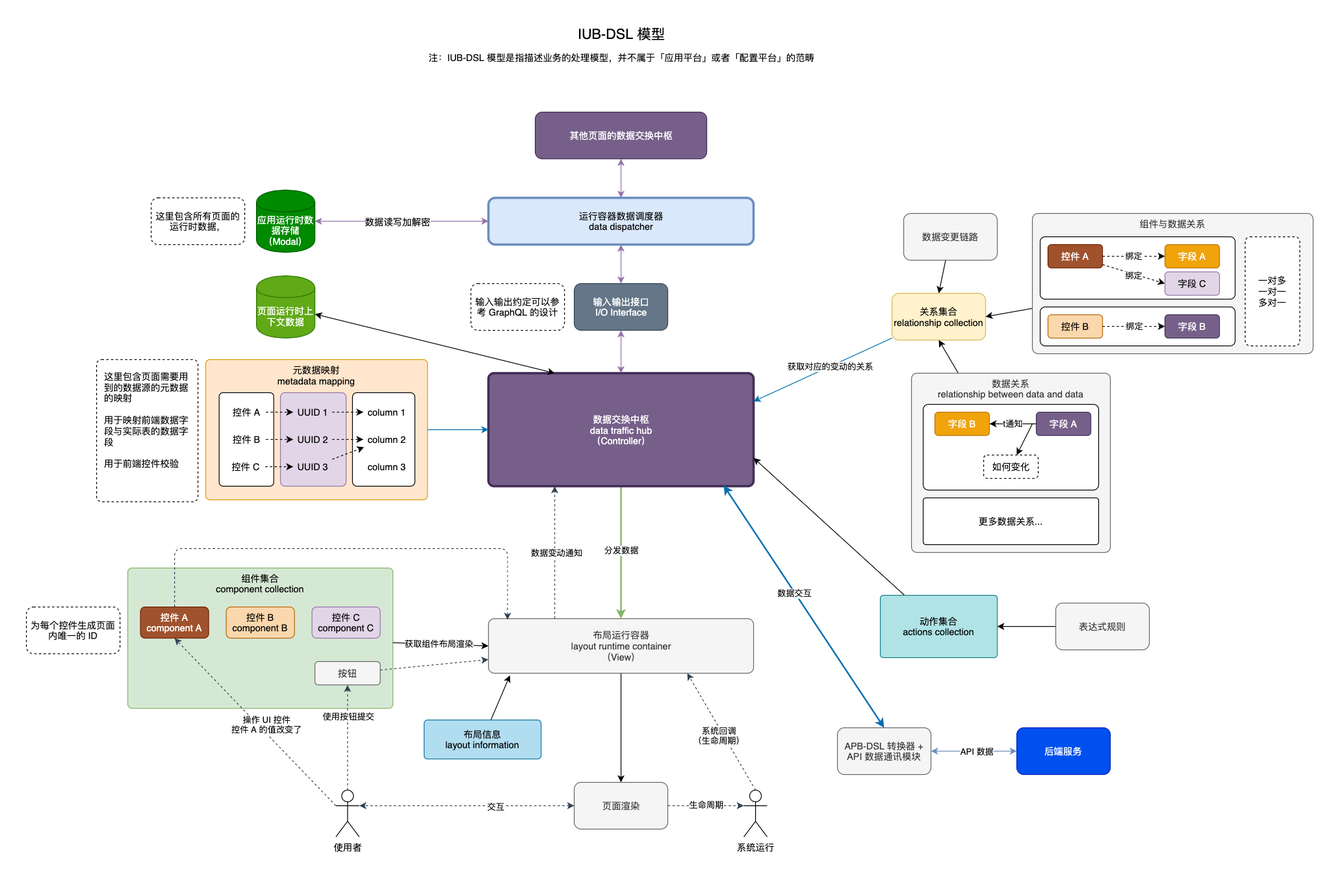
This is packages/iub-dsl/docs/images/B0前端系统设计 - IUB-DSL模型-Main.png from SANGET/custom-platform-tool, a draw.io export, as it was before one commit. Source tidied: cells renumbered, new cells last; positions are measured from the earlier drawing's top-left corner, leaving out a move shared by most shapes.
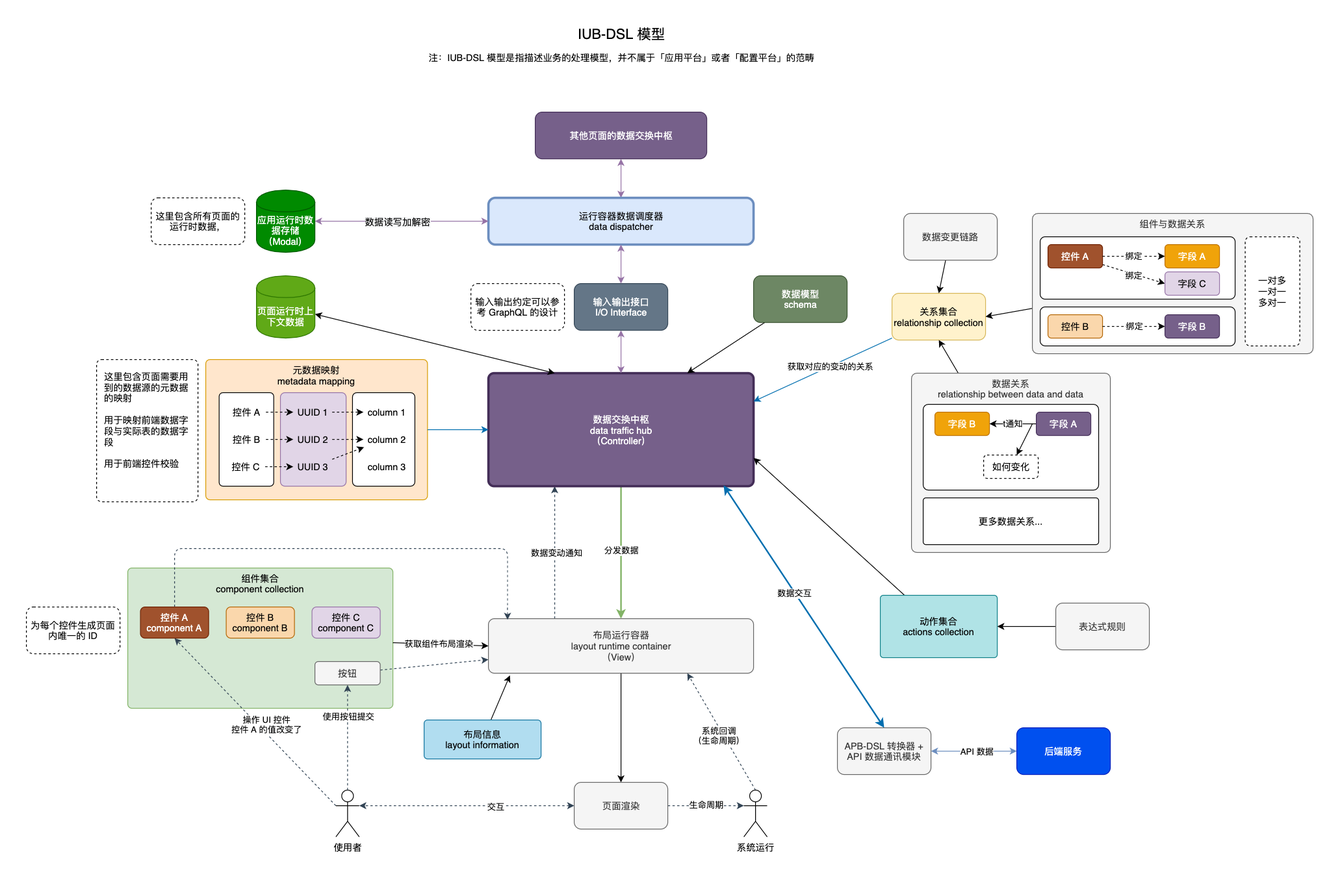
After the change.

Commit message:
Change flow graph

The edit, as a diff of the source:
```diff
@@ -352,5 +352,11 @@
     <mxCell id="108" value="页面运行时上下文数据&lt;span&gt;&lt;br&gt;&lt;/span&gt;" style="shape=cylinder;whiteSpace=wrap;html=1;boundedLbl=1;backgroundOutline=1;strokeWidth=1;fillColor=#60a917;strokeColor=#2D7600;fontColor=#ffffff;" parent="1" vertex="1">
       <mxGeometry x="295" y="320" width="75" height="80" as="geometry" />
     </mxCell>
+    <mxCell id="109" style="edgeStyle=none;rounded=1;jettySize=auto;html=1;entryX=0.75;entryY=0;entryDx=0;entryDy=0;startArrow=none;startFill=0;strokeWidth=1;" parent="1" edge="1" source="110" target="14">
+      <mxGeometry relative="1" as="geometry" />
+    </mxCell>
+    <mxCell id="110" value="&lt;span&gt;数据模型&lt;/span&gt;&lt;br&gt;&lt;span&gt;schema&lt;/span&gt;" style="rounded=1;whiteSpace=wrap;html=1;fillColor=#6d8764;strokeColor=#3A5431;fontColor=#ffffff;" parent="1" vertex="1">
+      <mxGeometry x="932.5" y="320" width="120" height="60" as="geometry" />
+    </mxCell>
   </root>
 </mxGraphModel>
```
